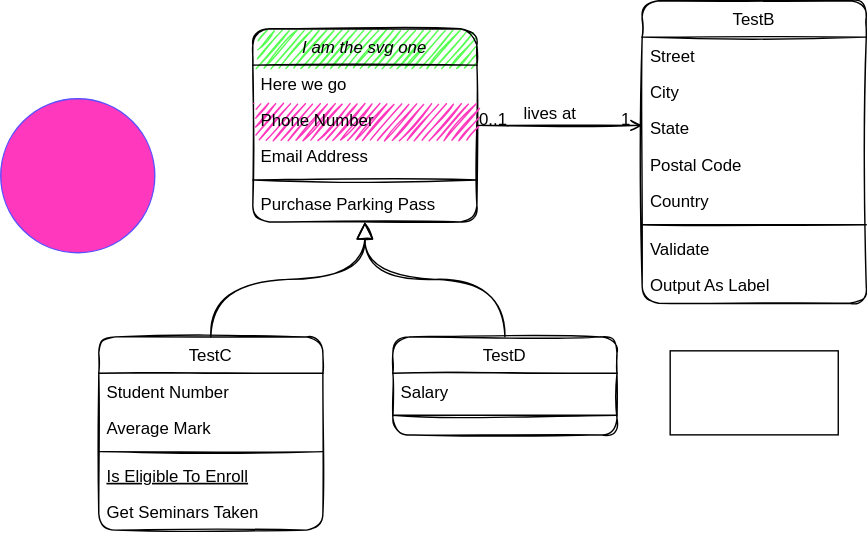
HunnySajid/draw keeps this draw.io diagram as frontend/categories/sorting-categories copy.drawio.svg. Above is the earlier version. Source tidied: cells renumbered, new cells last; positions are measured from the earlier drawing's top-left corner, leaving out a move shared by most shapes. Its diagram source:
```xml
<mxGraphModel>
  <root>
    <mxCell id="0" />
    <mxCell id="1" parent="0" />
    <mxCell id="2" value="I am the svg one" style="swimlane;fontStyle=2;align=center;verticalAlign=top;horizontal=1;startSize=26;rounded=1;shadow=0;strokeWidth=1;sketch=1;fillColor=#57FF52;" parent="1" vertex="1">
      <mxGeometry x="180" y="20" width="160" height="138" as="geometry" />
    </mxCell>
    <mxCell id="3" value="Here we go" style="text;align=left;verticalAlign=top;spacingLeft=4;spacingRight=4;overflow=hidden;sketch=1;rounded=1;" parent="2" vertex="1">
      <mxGeometry y="26" width="160" height="26" as="geometry" />
    </mxCell>
    <mxCell id="4" value="Phone Number" style="text;align=left;verticalAlign=top;spacingLeft=4;spacingRight=4;overflow=hidden;rounded=1;shadow=0;html=0;sketch=1;fillColor=#FF38BD;" parent="2" vertex="1">
      <mxGeometry y="52" width="160" height="26" as="geometry" />
    </mxCell>
    <mxCell id="5" value="Email Address" style="text;align=left;verticalAlign=top;spacingLeft=4;spacingRight=4;overflow=hidden;rounded=1;shadow=0;html=0;sketch=1;" parent="2" vertex="1">
      <mxGeometry y="78" width="160" height="26" as="geometry" />
    </mxCell>
    <mxCell id="6" style="line;html=1;strokeWidth=1;align=left;verticalAlign=middle;spacingTop=-1;spacingLeft=3;spacingRight=3;labelPosition=right;sketch=1;rounded=1;" parent="2" vertex="1">
      <mxGeometry y="104" width="160" height="8" as="geometry" />
    </mxCell>
    <mxCell id="7" value="Purchase Parking Pass" style="text;align=left;verticalAlign=top;spacingLeft=4;spacingRight=4;overflow=hidden;sketch=1;rounded=1;" parent="2" vertex="1">
      <mxGeometry y="112" width="160" height="26" as="geometry" />
    </mxCell>
    <mxCell id="8" value="TestC" style="swimlane;fontStyle=0;align=center;verticalAlign=top;horizontal=1;startSize=26;rounded=1;shadow=0;strokeWidth=1;sketch=1;" parent="1" vertex="1">
      <mxGeometry x="70" y="240" width="160" height="138" as="geometry" />
    </mxCell>
    <mxCell id="9" value="Student Number" style="text;align=left;verticalAlign=top;spacingLeft=4;spacingRight=4;overflow=hidden;sketch=1;rounded=1;" parent="8" vertex="1">
      <mxGeometry y="26" width="160" height="26" as="geometry" />
    </mxCell>
    <mxCell id="10" value="Average Mark" style="text;align=left;verticalAlign=top;spacingLeft=4;spacingRight=4;overflow=hidden;rounded=1;shadow=0;html=0;sketch=1;" parent="8" vertex="1">
      <mxGeometry y="52" width="160" height="26" as="geometry" />
    </mxCell>
    <mxCell id="11" style="line;html=1;strokeWidth=1;align=left;verticalAlign=middle;spacingTop=-1;spacingLeft=3;spacingRight=3;labelPosition=right;sketch=1;rounded=1;" parent="8" vertex="1">
      <mxGeometry y="78" width="160" height="8" as="geometry" />
    </mxCell>
    <mxCell id="12" value="Is Eligible To Enroll" style="text;align=left;verticalAlign=top;spacingLeft=4;spacingRight=4;overflow=hidden;fontStyle=4;sketch=1;rounded=1;" parent="8" vertex="1">
      <mxGeometry y="86" width="160" height="26" as="geometry" />
    </mxCell>
    <mxCell id="13" value="Get Seminars Taken" style="text;align=left;verticalAlign=top;spacingLeft=4;spacingRight=4;overflow=hidden;sketch=1;rounded=1;" parent="8" vertex="1">
      <mxGeometry y="112" width="160" height="26" as="geometry" />
    </mxCell>
    <mxCell id="14" style="endArrow=block;endSize=10;endFill=0;shadow=0;strokeWidth=1;rounded=1;edgeStyle=elbowEdgeStyle;elbow=vertical;sketch=1;curved=1;" parent="1" edge="1" source="8" target="2">
      <mxGeometry relative="1" as="geometry" />
    </mxCell>
    <mxCell id="15" value="TestD" style="swimlane;fontStyle=0;align=center;verticalAlign=top;horizontal=1;startSize=26;rounded=1;shadow=0;strokeWidth=1;sketch=1;" parent="1" vertex="1">
      <mxGeometry x="280" y="240" width="160" height="70" as="geometry" />
    </mxCell>
    <mxCell id="16" value="Salary" style="text;align=left;verticalAlign=top;spacingLeft=4;spacingRight=4;overflow=hidden;sketch=1;rounded=1;" parent="15" vertex="1">
      <mxGeometry y="26" width="160" height="26" as="geometry" />
    </mxCell>
    <mxCell id="17" style="line;html=1;strokeWidth=1;align=left;verticalAlign=middle;spacingTop=-1;spacingLeft=3;spacingRight=3;labelPosition=right;sketch=1;rounded=1;" parent="15" vertex="1">
      <mxGeometry y="52" width="160" height="8" as="geometry" />
    </mxCell>
    <mxCell id="18" style="endArrow=block;endSize=10;endFill=0;shadow=0;strokeWidth=1;rounded=1;edgeStyle=elbowEdgeStyle;elbow=vertical;sketch=1;curved=1;" parent="1" edge="1" source="15" target="2">
      <mxGeometry relative="1" as="geometry" />
    </mxCell>
    <mxCell id="19" value="TestB" style="swimlane;fontStyle=0;align=center;verticalAlign=top;horizontal=1;startSize=26;rounded=1;shadow=0;strokeWidth=1;sketch=1;" parent="1" vertex="1">
      <mxGeometry x="458" width="160" height="216" as="geometry" />
    </mxCell>
    <mxCell id="20" value="Street" style="text;align=left;verticalAlign=top;spacingLeft=4;spacingRight=4;overflow=hidden;sketch=1;rounded=1;" parent="19" vertex="1">
      <mxGeometry y="26" width="160" height="26" as="geometry" />
    </mxCell>
    <mxCell id="21" value="City" style="text;align=left;verticalAlign=top;spacingLeft=4;spacingRight=4;overflow=hidden;rounded=1;shadow=0;html=0;sketch=1;" parent="19" vertex="1">
      <mxGeometry y="52" width="160" height="26" as="geometry" />
    </mxCell>
    <mxCell id="22" value="State" style="text;align=left;verticalAlign=top;spacingLeft=4;spacingRight=4;overflow=hidden;rounded=1;shadow=0;html=0;sketch=1;" parent="19" vertex="1">
      <mxGeometry y="78" width="160" height="26" as="geometry" />
    </mxCell>
    <mxCell id="23" value="Postal Code" style="text;align=left;verticalAlign=top;spacingLeft=4;spacingRight=4;overflow=hidden;rounded=1;shadow=0;html=0;sketch=1;" parent="19" vertex="1">
      <mxGeometry y="104" width="160" height="26" as="geometry" />
    </mxCell>
    <mxCell id="24" value="Country" style="text;align=left;verticalAlign=top;spacingLeft=4;spacingRight=4;overflow=hidden;rounded=1;shadow=0;html=0;sketch=1;" parent="19" vertex="1">
      <mxGeometry y="130" width="160" height="26" as="geometry" />
    </mxCell>
    <mxCell id="25" style="line;html=1;strokeWidth=1;align=left;verticalAlign=middle;spacingTop=-1;spacingLeft=3;spacingRight=3;labelPosition=right;sketch=1;rounded=1;" parent="19" vertex="1">
      <mxGeometry y="156" width="160" height="8" as="geometry" />
    </mxCell>
    <mxCell id="26" value="Validate" style="text;align=left;verticalAlign=top;spacingLeft=4;spacingRight=4;overflow=hidden;sketch=1;rounded=1;" parent="19" vertex="1">
      <mxGeometry y="164" width="160" height="26" as="geometry" />
    </mxCell>
    <mxCell id="27" value="Output As Label" style="text;align=left;verticalAlign=top;spacingLeft=4;spacingRight=4;overflow=hidden;sketch=1;rounded=1;" parent="19" vertex="1">
      <mxGeometry y="190" width="160" height="26" as="geometry" />
    </mxCell>
    <mxCell id="28" style="endArrow=open;shadow=0;strokeWidth=1;rounded=1;endFill=1;edgeStyle=elbowEdgeStyle;elbow=vertical;sketch=1;curved=1;" parent="1" edge="1" source="2" target="19">
      <mxGeometry x="0.5" y="41" relative="1" as="geometry">
        <mxPoint x="-40" y="32" as="offset" />
      </mxGeometry>
    </mxCell>
    <mxCell id="29" value="0..1" style="align=left;verticalAlign=bottom;labelBackgroundColor=none;fontSize=12;sketch=1;rounded=1;" parent="28" vertex="1">
      <mxGeometry x="-1" relative="1" as="geometry">
        <mxPoint y="4" as="offset" />
      </mxGeometry>
    </mxCell>
    <mxCell id="30" value="1" style="align=right;verticalAlign=bottom;labelBackgroundColor=none;fontSize=12;sketch=1;rounded=1;" parent="28" vertex="1">
      <mxGeometry x="1" relative="1" as="geometry">
        <mxPoint x="-7" y="4" as="offset" />
      </mxGeometry>
    </mxCell>
    <mxCell id="31" value="lives at" style="text;html=1;align=center;verticalAlign=middle;labelBackgroundColor=none;rounded=1;shadow=0;strokeWidth=1;fontSize=12;sketch=1;" parent="28" vertex="1">
      <mxGeometry x="0.5" y="49" relative="1" as="geometry">
        <mxPoint x="-38" y="40" as="offset" />
      </mxGeometry>
    </mxCell>
    <mxCell id="32" style="whiteSpace=wrap;html=1;" parent="1" vertex="1">
      <mxGeometry x="478" y="250" width="120" height="60" as="geometry" />
    </mxCell>
    <mxCell id="33" style="ellipse;whiteSpace=wrap;html=1;fillColor=#FF38BD;strokeColor=#5B4FFF;" parent="1" vertex="1">
      <mxGeometry y="70" width="110" height="110" as="geometry" />
    </mxCell>
  </root>
</mxGraphModel>
```
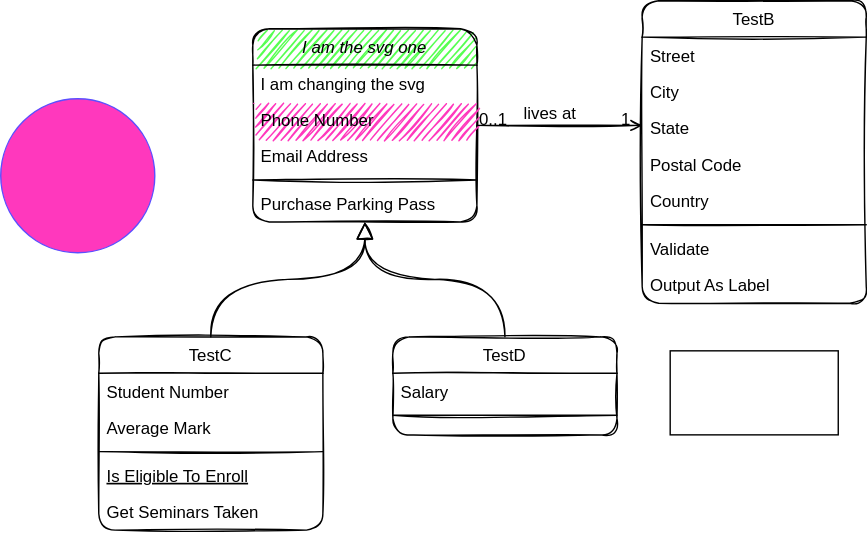
After the commit.

What changed in the source:
```diff
@@ -5,7 +5,7 @@
     <mxCell id="2" value="I am the svg one" style="swimlane;fontStyle=2;align=center;verticalAlign=top;horizontal=1;startSize=26;rounded=1;shadow=0;strokeWidth=1;sketch=1;fillColor=#57FF52;" parent="1" vertex="1">
       <mxGeometry x="180" y="20" width="160" height="138" as="geometry" />
     </mxCell>
-    <mxCell id="3" value="Here we go" style="text;align=left;verticalAlign=top;spacingLeft=4;spacingRight=4;overflow=hidden;sketch=1;rounded=1;" parent="2" vertex="1">
+    <mxCell id="3" value="I am changing the svg" style="text;align=left;verticalAlign=top;spacingLeft=4;spacingRight=4;overflow=hidden;sketch=1;rounded=1;" parent="2" vertex="1">
       <mxGeometry y="26" width="160" height="26" as="geometry" />
     </mxCell>
     <mxCell id="4" value="Phone Number" style="text;align=left;verticalAlign=top;spacingLeft=4;spacingRight=4;overflow=hidden;rounded=1;shadow=0;html=0;sketch=1;fillColor=#FF38BD;" parent="2" vertex="1">
```
